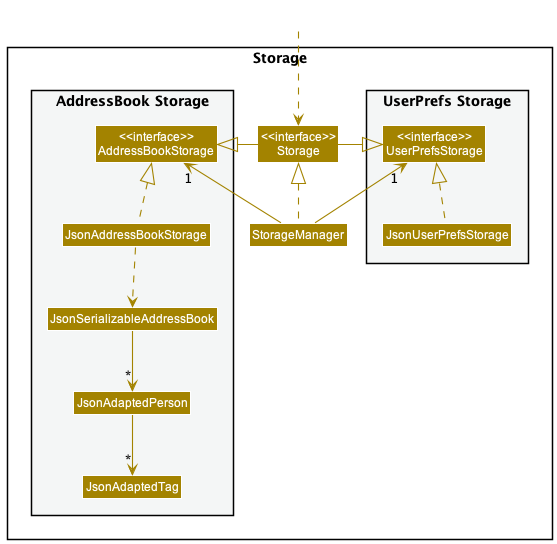
This is docs/images/StorageClassDiagram.png from nus-cs2103-AY2223S1/tp, a PlantUML export, as it was before one commit.
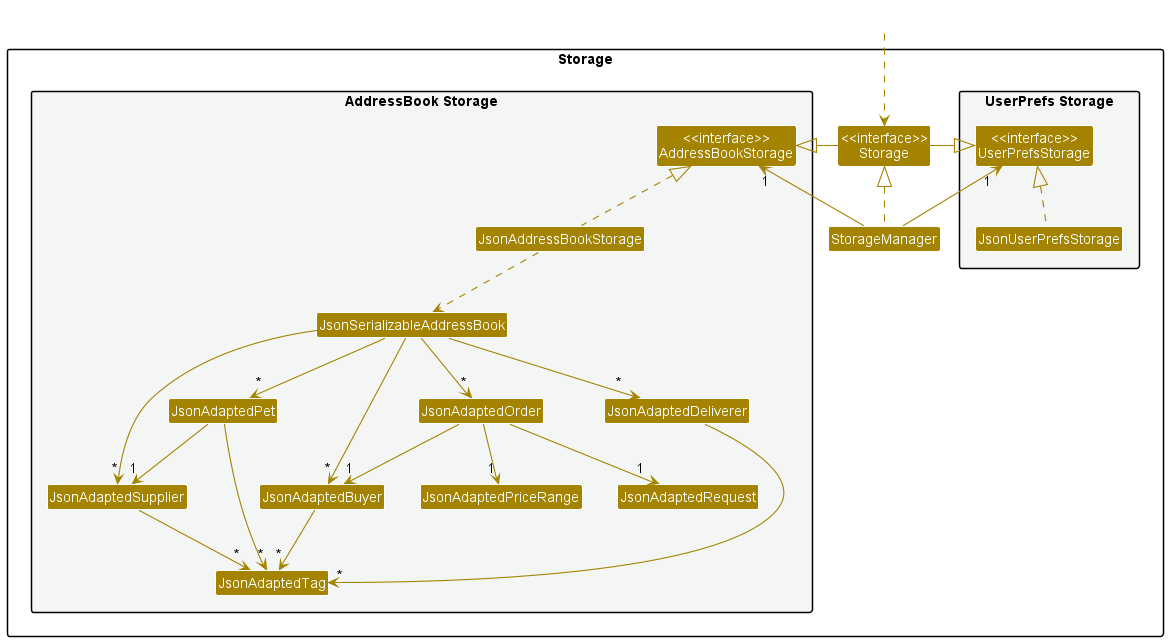
The same file after the commit.

Diff of the diagram source:
```diff
@@ -18,11 +18,20 @@
 Class "<<interface>>\nAddressBookStorage" as AddressBookStorage
 Class JsonAddressBookStorage
 Class JsonSerializableAddressBook
-Class JsonAdaptedPerson
+Class JsonAdaptedBuyer
+Class JsonAdaptedSupplier
+Class JsonAdaptedDeliverer
+Class JsonAdaptedOrder
+Class JsonAdaptedPet
 Class JsonAdaptedTag
+Class JsonAdaptedPriceRange
+Class JsonAdaptedRequest
 }
 
+
 }
+
+
 
 Class HiddenOutside #FFFFFF
 HiddenOutside ..> Storage
@@ -37,7 +46,18 @@
 JsonUserPrefsStorage .up.|> UserPrefsStorage
 JsonAddressBookStorage .up.|> AddressBookStorage
 JsonAddressBookStorage ..> JsonSerializableAddressBook
-JsonSerializableAddressBook --> "*" JsonAdaptedPerson
-JsonAdaptedPerson --> "*" JsonAdaptedTag
+JsonSerializableAddressBook --> "*" JsonAdaptedBuyer
+JsonSerializableAddressBook --> "*" JsonAdaptedSupplier
+JsonSerializableAddressBook --> "*" JsonAdaptedDeliverer
+JsonSerializableAddressBook --> "*" JsonAdaptedPet
+JsonSerializableAddressBook --> "*" JsonAdaptedOrder
+JsonAdaptedBuyer --> "*" JsonAdaptedTag
+JsonAdaptedSupplier --> "*" JsonAdaptedTag
+JsonAdaptedDeliverer --> "*" JsonAdaptedTag
+JsonAdaptedPet --> "*" JsonAdaptedTag
+JsonAdaptedPet --> "1" JsonAdaptedSupplier
+JsonAdaptedOrder --> "1" JsonAdaptedBuyer
+JsonAdaptedOrder --> "1" JsonAdaptedPriceRange
+JsonAdaptedOrder --> "1" JsonAdaptedRequest
 
 @enduml
```
